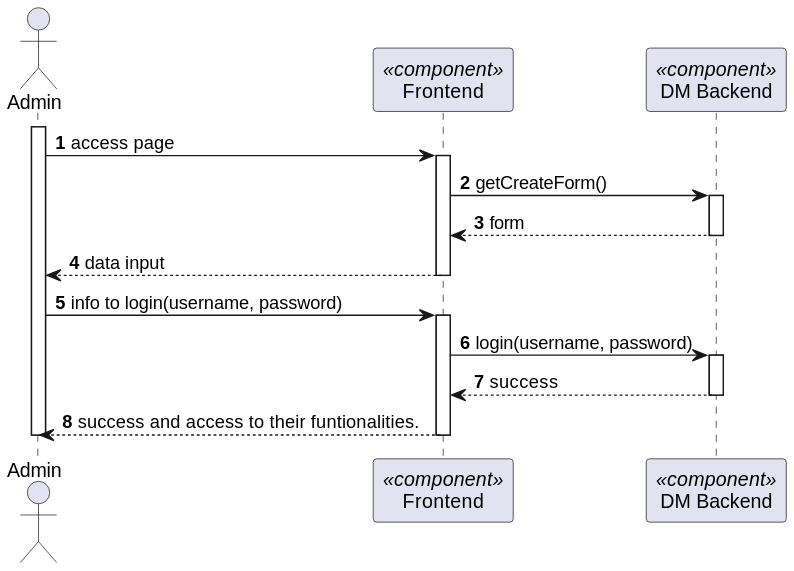
The PlantUML diagram docs/BackofficeModule/7.2.6/sequence-diagram-2.svg in Ana-Miguel-Silva/SurgicalAppointmentAndResourceManagement, before a commit. Its diagram source:
```plantuml
@startuml
skinparam packageStyle rectangle
skinparam shadowing false

autonumber

actor "Admin" as AD
participant "Frontend" as FE <<component>>
participant "DM Backend" as BE <<component>>



activate AD
AD -> FE: access page
activate FE
FE -> BE: getCreateForm()
activate BE
BE --> FE: form
deactivate BE
FE --> AD : data input
deactivate FE
AD -> FE : info to login(username, password)
activate FE
FE -> BE : login(username, password)
activate BE
BE --> FE: success
deactivate BE
FE --> AD : success and access to their funtionalities.
deactivate FE
deactivate AD
@enduml
```
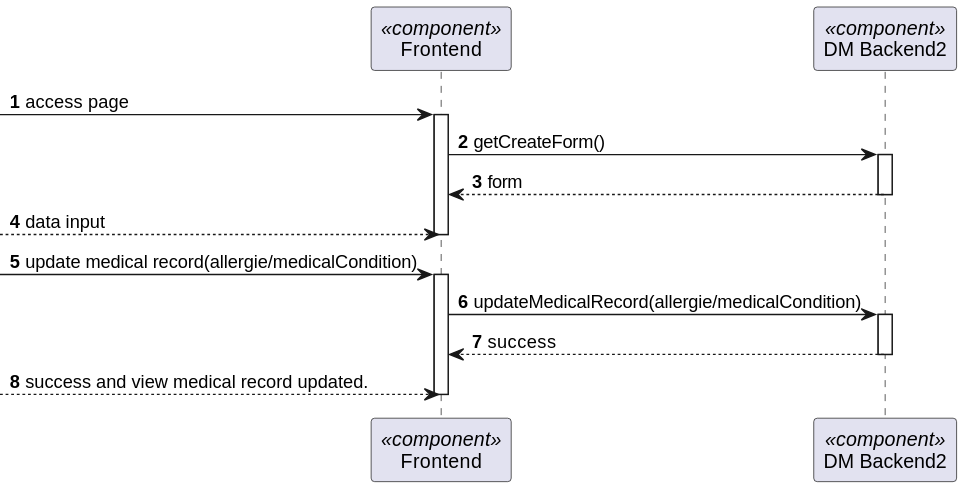
The same diagram one commit later.

The edit, as a diff of the source:
```diff
@@ -4,28 +4,25 @@
 
 autonumber
 
-actor "Admin" as AD
 participant "Frontend" as FE <<component>>
-participant "DM Backend" as BE <<component>>
+participant "DM Backend2" as BE <<component>>
 
 
 
-activate AD
-AD -> FE: access page
+ -> FE: access page
 activate FE
 FE -> BE: getCreateForm()
 activate BE
 BE --> FE: form
 deactivate BE
-FE --> AD : data input
+--> FE : data input
 deactivate FE
-AD -> FE : info to login(username, password)
+ -> FE : update medical record(allergie/medicalCondition)
 activate FE
-FE -> BE : login(username, password)
+FE -> BE : updateMedicalRecord(allergie/medicalCondition)
 activate BE
 BE --> FE: success
 deactivate BE
-FE --> AD : success and access to their funtionalities.
+--> FE: success and view medical record updated.
 deactivate FE
-deactivate AD
 @enduml
```
